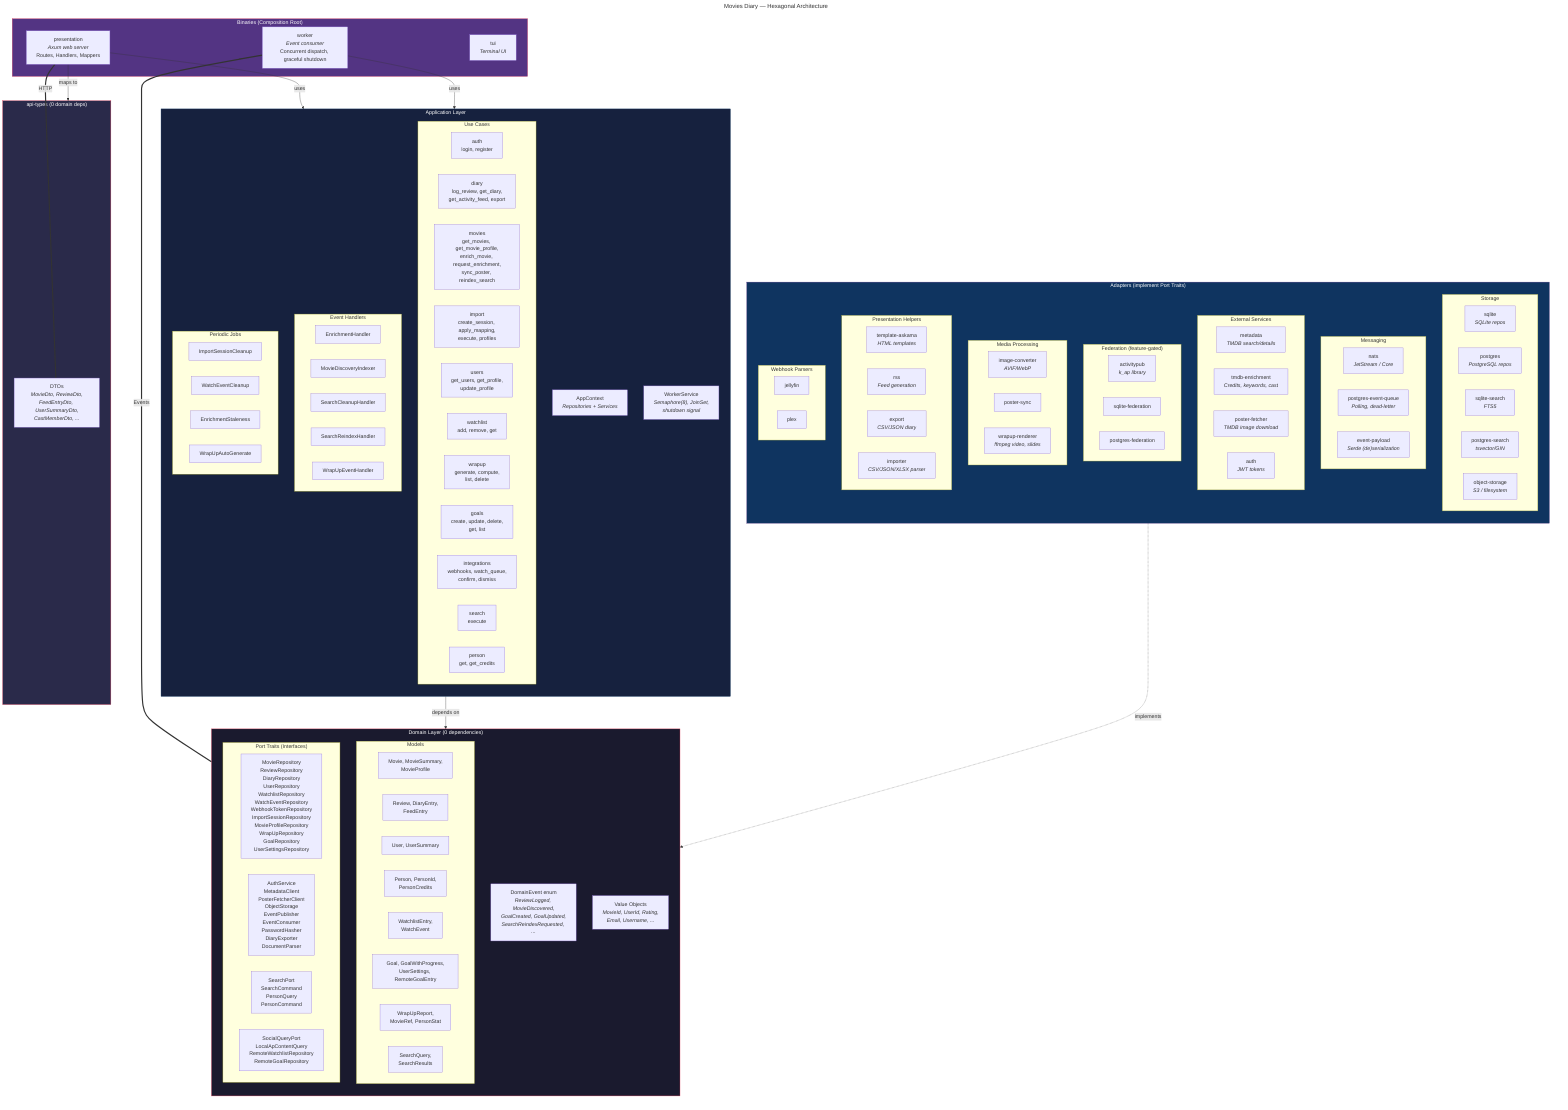
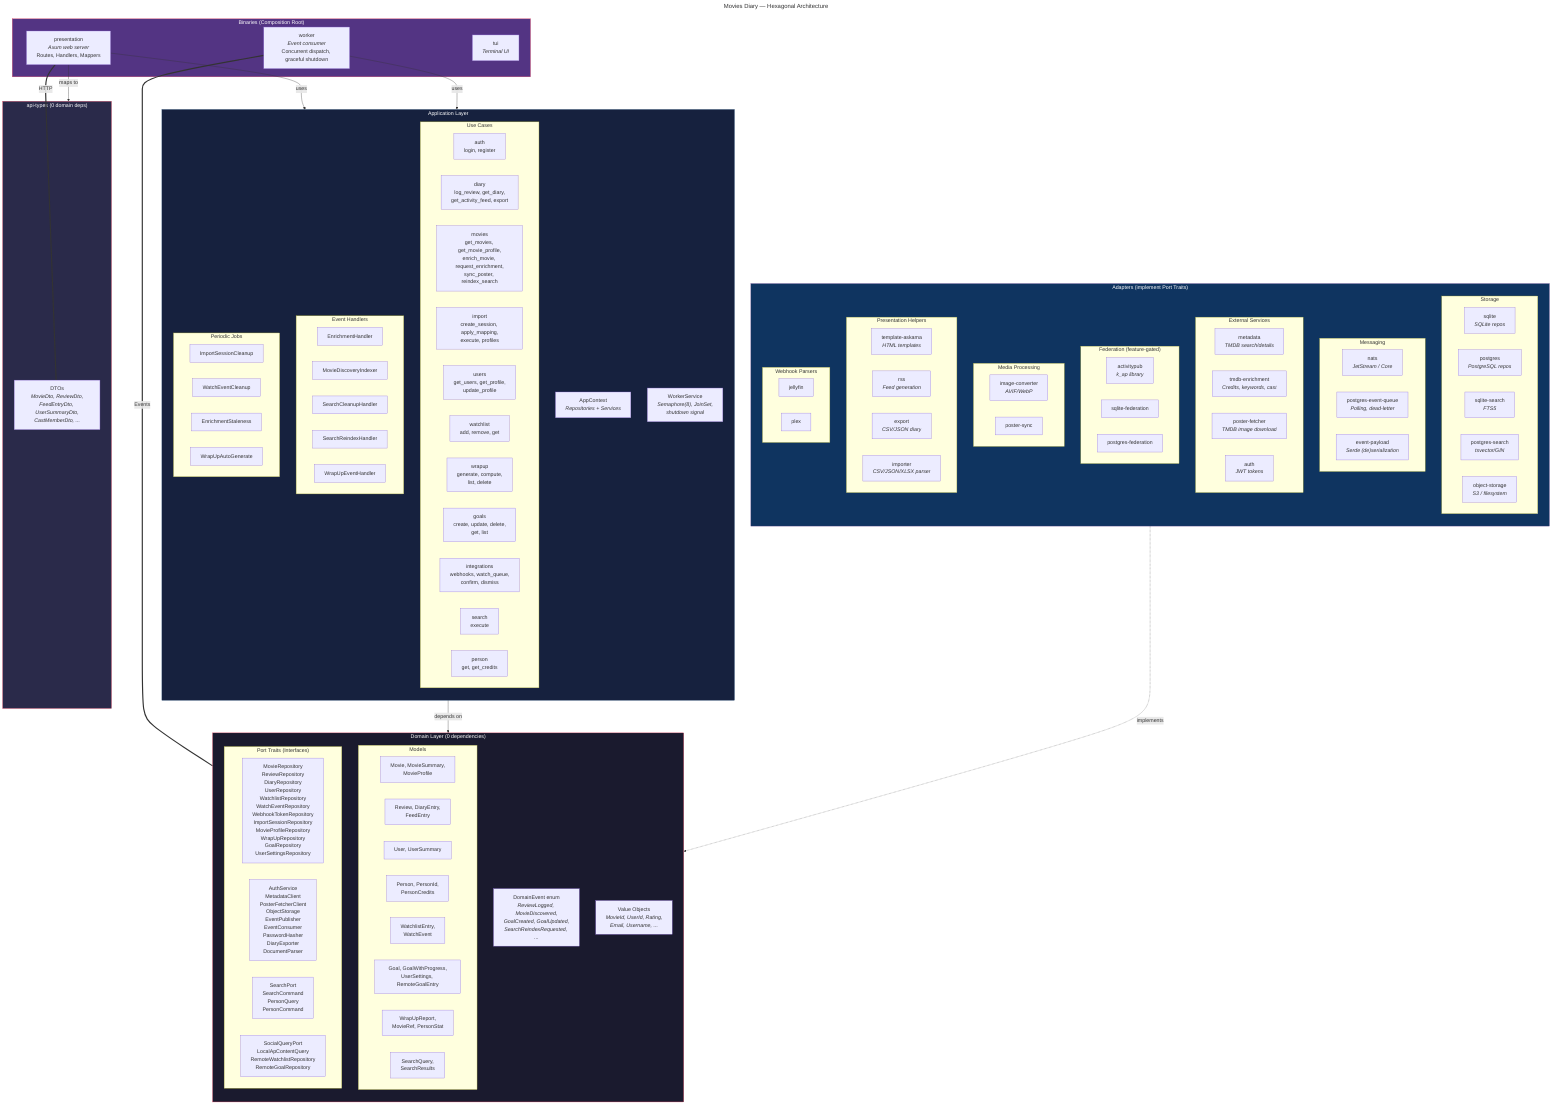
---
title: Movies Diary — Hexagonal Architecture
---
graph TB
    subgraph Binaries["Binaries (Composition Root)"]
        WEB["presentation<br/><i>Axum web server</i><br/>Routes, Handlers, Mappers"]
        WORKER["worker<br/><i>Event consumer</i><br/>Concurrent dispatch, graceful shutdown"]
        TUI["tui<br/><i>Terminal UI</i>"]
    end

    subgraph Application["Application Layer"]
        direction TB
        CTX["AppContext<br/><i>Repositories + Services</i>"]
        subgraph UseCases["Use Cases"]
            UC_AUTH["auth<br/>login, register"]
            UC_DIARY["diary<br/>log_review, get_diary,<br/>get_activity_feed, export"]
            UC_MOVIES["movies<br/>get_movies, get_movie_profile,<br/>enrich_movie, request_enrichment,<br/>sync_poster, reindex_search"]
            UC_IMPORT["import<br/>create_session, apply_mapping,<br/>execute, profiles"]
            UC_USERS["users<br/>get_users, get_profile,<br/>update_profile"]
            UC_WATCHLIST["watchlist<br/>add, remove, get"]
            UC_WRAPUP["wrapup<br/>generate, compute,<br/>list, delete"]
            UC_GOALS["goals<br/>create, update, delete,<br/>get, list"]
            UC_INTEGRATIONS["integrations<br/>webhooks, watch_queue,<br/>confirm, dismiss"]
            UC_SEARCH["search<br/>execute"]
            UC_PERSON["person<br/>get, get_credits"]
        end
        subgraph EventHandlers["Event Handlers"]
            EH_ENRICH["EnrichmentHandler"]
            EH_DISCOVER["MovieDiscoveryIndexer"]
            EH_CLEANUP["SearchCleanupHandler"]
            EH_REINDEX["SearchReindexHandler"]
            EH_WRAPUP["WrapUpEventHandler"]
        end
        subgraph Jobs["Periodic Jobs"]
            JOB_IMPORT["ImportSessionCleanup"]
            JOB_WATCH["WatchEventCleanup"]
            JOB_STALE["EnrichmentStaleness"]
            JOB_WRAPGEN["WrapUpAutoGenerate"]
        end
        WORKER_SVC["WorkerService<br/><i>Semaphore(8), JoinSet,<br/>shutdown signal</i>"]
    end

    subgraph Domain["Domain Layer (0 dependencies)"]
        direction TB
        subgraph Models["Models"]
            M_MOVIE["Movie, MovieSummary,<br/>MovieProfile"]
            M_REVIEW["Review, DiaryEntry,<br/>FeedEntry"]
            M_USER["User, UserSummary"]
            M_PERSON["Person, PersonId,<br/>PersonCredits"]
            M_WATCHLIST["WatchlistEntry,<br/>WatchEvent"]
            M_GOAL["Goal, GoalWithProgress,<br/>UserSettings, RemoteGoalEntry"]
            M_WRAPUP["WrapUpReport,<br/>MovieRef, PersonStat"]
            M_SEARCH["SearchQuery,<br/>SearchResults"]
        end
        subgraph Ports["Port Traits (Interfaces)"]
            P_REPOS["MovieRepository<br/>ReviewRepository<br/>DiaryRepository<br/>UserRepository<br/>WatchlistRepository<br/>WatchEventRepository<br/>WebhookTokenRepository<br/>ImportSessionRepository<br/>MovieProfileRepository<br/>WrapUpRepository<br/>GoalRepository<br/>UserSettingsRepository"]
            P_SERVICES["AuthService<br/>MetadataClient<br/>PosterFetcherClient<br/>ObjectStorage<br/>EventPublisher<br/>EventConsumer<br/>PasswordHasher<br/>DiaryExporter<br/>DocumentParser"]
            P_SEARCH["SearchPort<br/>SearchCommand<br/>PersonQuery<br/>PersonCommand"]
            P_FEDERATION["SocialQueryPort<br/>LocalApContentQuery<br/>RemoteWatchlistRepository<br/>RemoteGoalRepository"]
        end
        EVENTS["DomainEvent enum<br/><i>ReviewLogged, MovieDiscovered,<br/>GoalCreated, GoalUpdated,<br/>SearchReindexRequested, ...</i>"]
        VO["Value Objects<br/><i>MovieId, UserId, Rating,<br/>Email, Username, ...</i>"]
    end

    subgraph ApiTypes["api-types (0 domain deps)"]
        DTO["DTOs<br/><i>MovieDto, ReviewDto,<br/>FeedEntryDto, UserSummaryDto,<br/>CastMemberDto, ...</i>"]
    end

    subgraph Adapters["Adapters (implement Port Traits)"]
        direction TB
        subgraph Storage["Storage"]
            A_SQLITE["sqlite<br/><i>SQLite repos</i>"]
            A_PG["postgres<br/><i>PostgreSQL repos</i>"]
            A_SQLITE_SEARCH["sqlite-search<br/><i>FTS5</i>"]
            A_PG_SEARCH["postgres-search<br/><i>tsvector/GIN</i>"]
            A_OBJ["object-storage<br/><i>S3 / filesystem</i>"]
        end
        subgraph Messaging["Messaging"]
            A_NATS["nats<br/><i>JetStream / Core</i>"]
            A_PG_QUEUE["postgres-event-queue<br/><i>Polling, dead-letter</i>"]
            A_PAYLOAD["event-payload<br/><i>Serde (de)serialization</i>"]
        end
        subgraph External["External Services"]
            A_METADATA["metadata<br/><i>TMDB search/details</i>"]
            A_TMDB["tmdb-enrichment<br/><i>Credits, keywords, cast</i>"]
            A_POSTER["poster-fetcher<br/><i>TMDB image download</i>"]
            A_AUTH["auth<br/><i>JWT tokens</i>"]
        end
        subgraph Federation["Federation (feature-gated)"]
            A_AP["activitypub<br/><i>k_ap library</i>"]
            A_SQLITE_FED["sqlite-federation"]
            A_PG_FED["postgres-federation"]
        end
        subgraph Media["Media Processing"]
            A_IMG["image-converter<br/><i>AVIF/WebP</i>"]
            A_POSTER_SYNC["poster-sync"]
-             A_WRAPUP_RENDER["wrapup-renderer<br/><i>ffmpeg video, slides</i>"]
        end
        subgraph Presentation["Presentation Helpers"]
            A_TEMPLATE["template-askama<br/><i>HTML templates</i>"]
            A_RSS["rss<br/><i>Feed generation</i>"]
            A_EXPORT["export<br/><i>CSV/JSON diary</i>"]
            A_IMPORT["importer<br/><i>CSV/JSON/XLSX parser</i>"]
        end
        subgraph Webhooks["Webhook Parsers"]
            A_JELLYFIN["jellyfin"]
            A_PLEX["plex"]
        end
    end

    %% Dependency arrows
    WEB -->|"uses"| Application
    WEB -->|"maps to"| ApiTypes
    WORKER -->|"uses"| Application

    Application -->|"depends on"| Domain

    Adapters -.->|"implements"| Ports

    %% Key data flows
    WEB ===|"HTTP"| DTO
    WORKER ===|"Events"| EVENTS

    classDef domain fill:#1a1a2e,stroke:#e94560,color:#fff
    classDef app fill:#16213e,stroke:#0f3460,color:#fff
    classDef adapter fill:#0f3460,stroke:#533483,color:#fff
    classDef binary fill:#533483,stroke:#e94560,color:#fff
    classDef api fill:#2a2a4a,stroke:#e94560,color:#fff

    class Domain domain
    class Application app
    class Adapters adapter
    class Binaries binary
    class ApiTypes api
